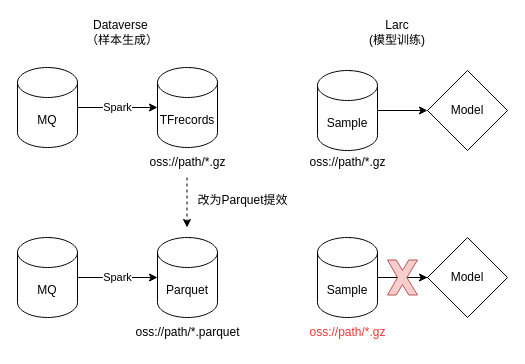
Above: 特征工程链路.drawio in labud/pictures (draw.io), before the change. Source tidied: cells renumbered, new cells numbered last; positions are measured from the earlier drawing's top-left corner, leaving out a move shared by most shapes. Both pictures are drawn from the tidied source at 100%, with x=0, y=0 at pixel (17, 17).
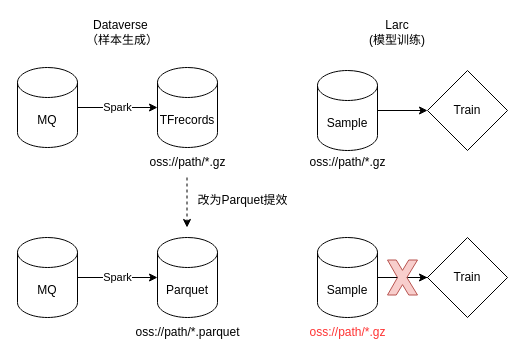
The same page after the edit.

Commit message (it also covers changes not shown here):
Update 特征工程链路.drawio

Change to the diagram source:
```diff
@@
-    <mxCell id="19" value="Model" style="rhombus;whiteSpace=wrap;html=1;" parent="1" vertex="1">
+    <mxCell id="19" value="Train" style="rhombus;whiteSpace=wrap;html=1;" parent="1" vertex="1">
       <mxGeometry x="410" y="53" width="80" height="80" as="geometry" />
     </mxCell>
-    <mxCell id="20" value="Model" style="rhombus;whiteSpace=wrap;html=1;" parent="1" vertex="1">
+    <mxCell id="20" value="Train" style="rhombus;whiteSpace=wrap;html=1;" parent="1" vertex="1">
       <mxGeometry x="410" y="220" width="80" height="80" as="geometry" />
     </mxCell>
```
